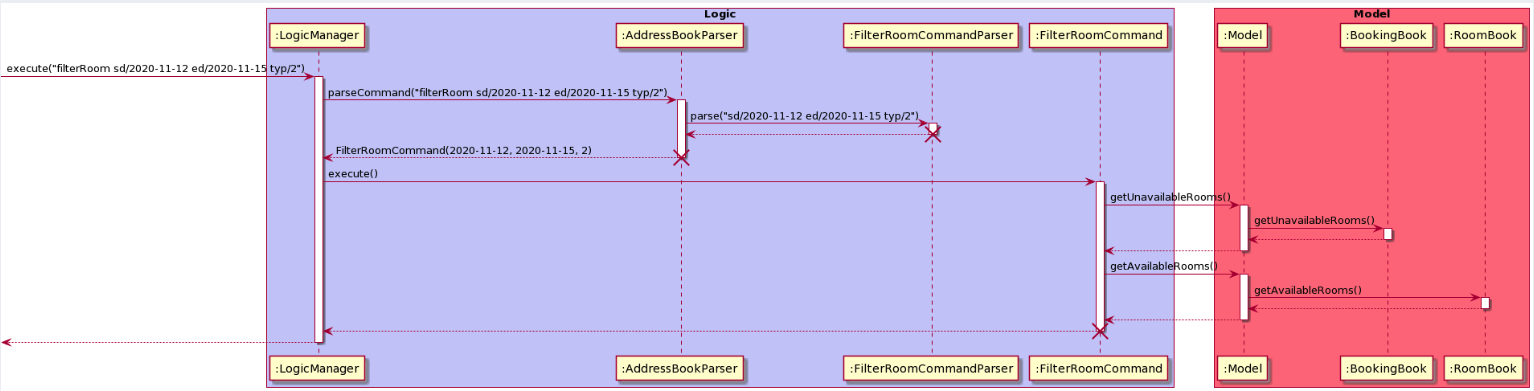
zeling595/tp keeps this PlantUML diagram as docs/images/FilterRoomSequenceDiagram2.png. Above is the earlier version. Its source is kept beside it as docs/diagrams/FilterRoomSequenceDiagram2.puml. Its diagram source:
```plantuml
@startuml
!include style.puml

box "Logic" LOGIC_COLOR_1
participant ":LogicManager" as LogicManager
participant ":AddressBookParser" as AddressBookParser
participant ":FilterRoomCommandParser" as FilterRoomCommandParser
participant ":FilterRoomCommand" as FilterRoomCommand
end box

box "Model" MODEL+COLOR_T1
participant ":Model" as Model
participant ":BookingBook" as BookingBook
participant ":RoomBook" as RoomBook
end box

[-> LogicManager: execute("filterRoom sd/2020-11-12 ed/2020-11-15 typ/2")
activate LogicManager

LogicManager -> AddressBookParser: parseCommand("filterRoom sd/2020-11-12 ed/2020-11-15 typ/2")
activate AddressBookParser

AddressBookParser -> FilterRoomCommandParser: parse("sd/2020-11-12 ed/2020-11-15 typ/2")
activate FilterRoomCommandParser

FilterRoomCommandParser --> AddressBookParser
deactivate FilterRoomCommandParser
destroy FilterRoomCommandParser

AddressBookParser --> LogicManager: FilterRoomCommand(2020-11-12, 2020-11-15, 2)
deactivate AddressBookParser
destroy AddressBookParser

LogicManager -> FilterRoomCommand: execute()
activate FilterRoomCommand

FilterRoomCommand -> Model : getUnavailableRooms()
activate Model

Model -> BookingBook : getUnavailableRooms()
activate BookingBook

BookingBook --> Model
deactivate BookingBook

Model --> FilterRoomCommand
deactivate Model

FilterRoomCommand -> Model : getAvailableRooms()
activate Model

Model -> RoomBook : getAvailableRooms()
activate RoomBook

RoomBook --> Model
deactivate RoomBook

Model --> FilterRoomCommand
deactivate Model

FilterRoomCommand --> LogicManager
deactivate FilterRoomCommand
destroy FilterRoomCommand

 [<-- LogicManager
deactivate LogicManager
@enduml
```
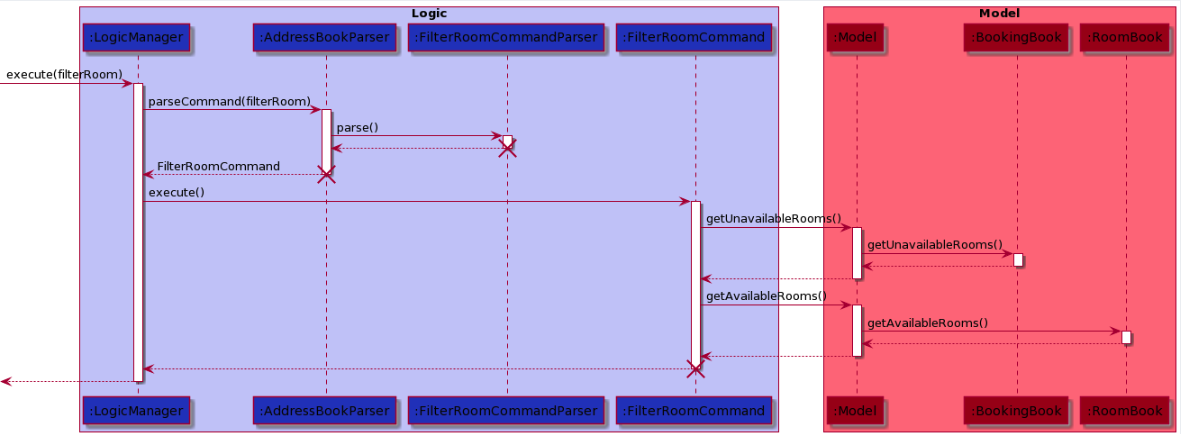
After the commit.

Commit message:
Modifications to FilterRoom

What changed in the source:
```diff
@@ -2,32 +2,32 @@
 !include style.puml
 
 box "Logic" LOGIC_COLOR_1
-participant ":LogicManager" as LogicManager
-participant ":AddressBookParser" as AddressBookParser
-participant ":FilterRoomCommandParser" as FilterRoomCommandParser
-participant ":FilterRoomCommand" as FilterRoomCommand
+participant ":LogicManager" as LogicManager LOGIC_COLOR
+participant ":AddressBookParser" as AddressBookParser LOGIC_COLOR
+participant ":FilterRoomCommandParser" as FilterRoomCommandParser LOGIC_COLOR
+participant ":FilterRoomCommand" as FilterRoomCommand LOGIC_COLOR
 end box
 
 box "Model" MODEL+COLOR_T1
-participant ":Model" as Model
-participant ":BookingBook" as BookingBook
-participant ":RoomBook" as RoomBook
+participant ":Model" as Model MODEL_COLOR
+participant ":BookingBook" as BookingBook MODEL_COLOR
+participant ":RoomBook" as RoomBook MODEL_COLOR
 end box
 
-[-> LogicManager: execute("filterRoom sd/2020-11-12 ed/2020-11-15 typ/2")
+[-> LogicManager: execute(filterRoom)
 activate LogicManager
 
-LogicManager -> AddressBookParser: parseCommand("filterRoom sd/2020-11-12 ed/2020-11-15 typ/2")
+LogicManager -> AddressBookParser: parseCommand(filterRoom)
 activate AddressBookParser
 
-AddressBookParser -> FilterRoomCommandParser: parse("sd/2020-11-12 ed/2020-11-15 typ/2")
+AddressBookParser -> FilterRoomCommandParser: parse()
 activate FilterRoomCommandParser
 
 FilterRoomCommandParser --> AddressBookParser
 deactivate FilterRoomCommandParser
 destroy FilterRoomCommandParser
 
-AddressBookParser --> LogicManager: FilterRoomCommand(2020-11-12, 2020-11-15, 2)
+AddressBookParser --> LogicManager: FilterRoomCommand
 deactivate AddressBookParser
 destroy AddressBookParser
 
```
